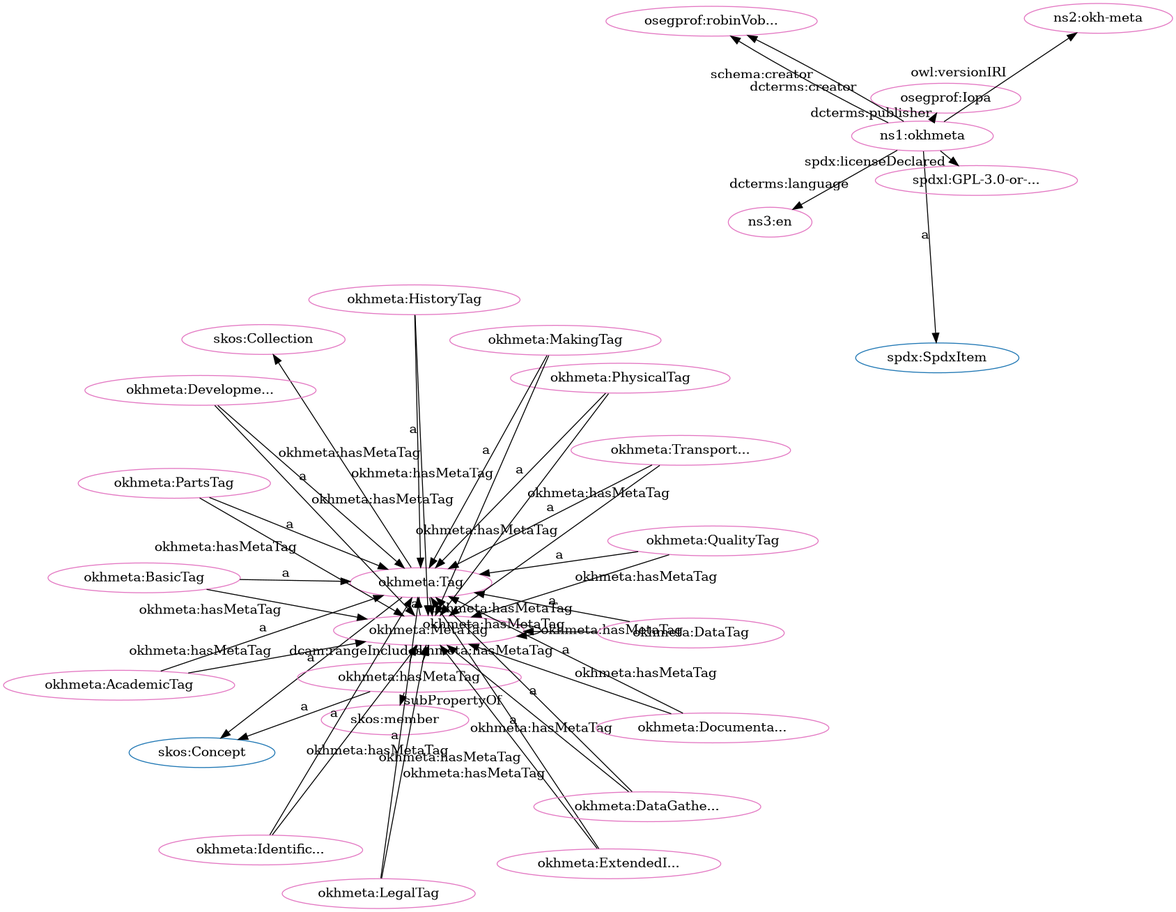
iop-alliance/OpenKnowHow keeps this Graphviz diagram as src/spec/dot_okh-meta-clean.png. Above is the earlier version. Its source is kept beside it as src/spec/dot_okh-meta-clean.dot.
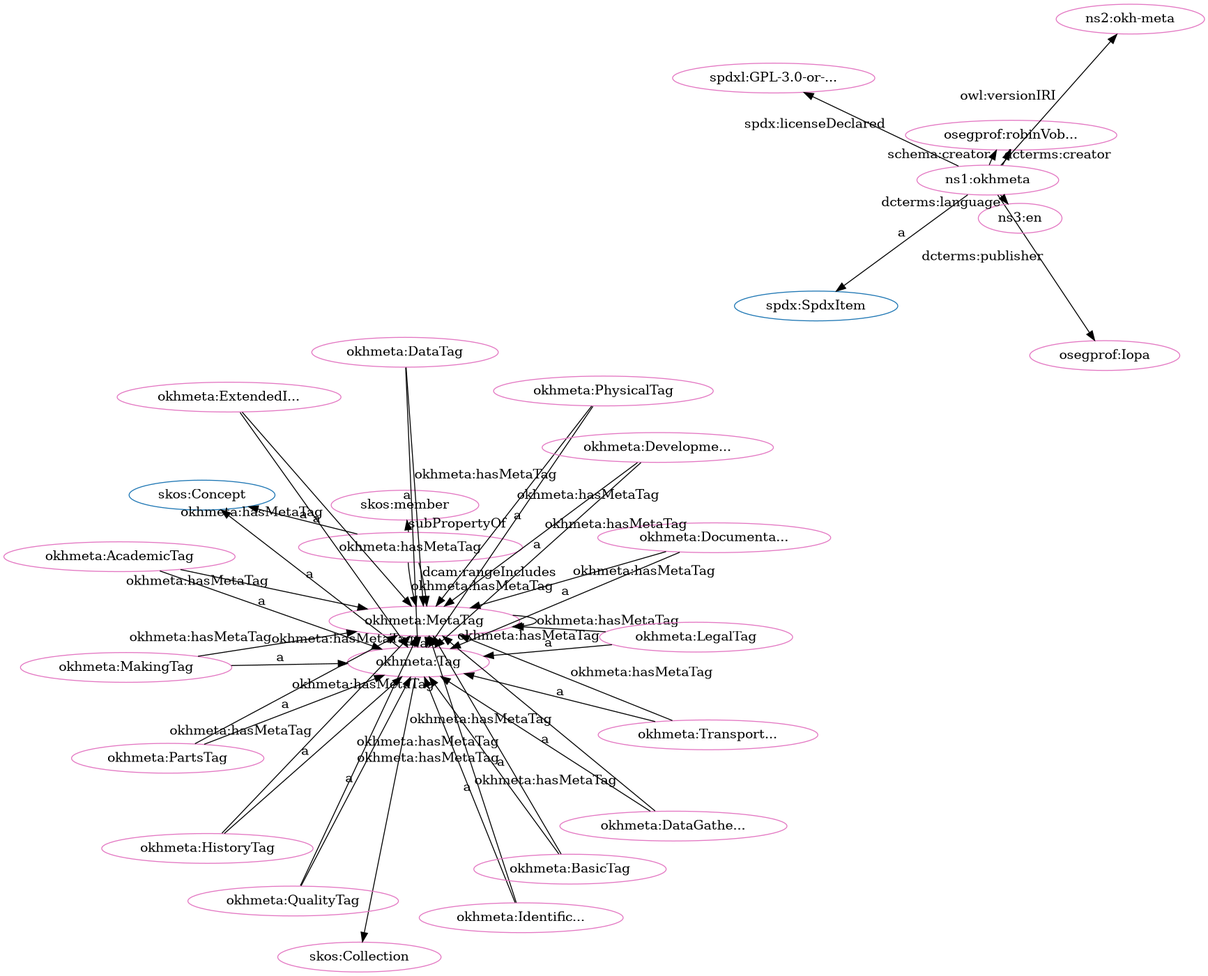
After the change.

Diff of the diagram source:
```diff
@@ -1,80 +1,80 @@
 digraph G {
   rankdir=BT
   node[height=.3]
+"http://www.w3.org/2004/02/skos/core#Concept" [fillcolor="#1f77b4" color="#1f77b4" label="skos:Concept"]
+"http://w3id.org/oseg/ont/okhmeta#Tag" [fillcolor="#1f77b4" color="#1f77b4" label="okhmeta:Tag"]
 "http://www.w3.org/2004/02/skos/core#Collection" [fillcolor="#1f77b4" color="#1f77b4" label="skos:Collection"]
-"http://w3id.org/oseg/ont/okhmeta#Tag" [fillcolor="#1f77b4" color="#1f77b4" label="okhmeta:Tag"]
-"http://www.w3.org/2004/02/skos/core#Concept" [fillcolor="#1f77b4" color="#1f77b4" label="skos:Concept"]
 "http://spdx.org/rdf/terms#SpdxItem" [fillcolor="#1f77b4" color="#1f77b4" label="spdx:SpdxItem"]
 "http://w3id.org/oseg/ont/okhmeta" [fillcolor="#e377c2" color="#e377c2" label="ns1:okhmeta"]
 "http://w3id.org/oseg/ont/okhmeta#MetaTag" [fillcolor="#e377c2" color="#e377c2" label="okhmeta:MetaTag"]
+"http://w3id.org/oseg/ont/oseg-profiles#Iopa" [fillcolor="#e377c2" color="#e377c2" label="osegprof:Iopa"]
+"http://w3id.org/oseg/ont/oseg-profiles#robinVobruba" [fillcolor="#e377c2" color="#e377c2" label="osegprof:robinVob..."]
+"http://w3id.org/oseg/ont/okhmeta#hasMetaTag" [fillcolor="#e377c2" color="#e377c2" label="okhmeta:hasMetaTag"]
+"http://w3id.org/oseg/ont/okhmeta#ExtendedInfoTag" [fillcolor="#e377c2" color="#e377c2" label="okhmeta:ExtendedI..."]
+"http://w3id.org/oseg/ont/okhmeta#HistoryTag" [fillcolor="#e377c2" color="#e377c2" label="okhmeta:HistoryTag"]
+"http://w3id.org/oseg/ont/okhmeta#DocumentationTag" [fillcolor="#e377c2" color="#e377c2" label="okhmeta:Documenta..."]
+"http://w3id.org/oseg/ont/okhmeta#QualityTag" [fillcolor="#e377c2" color="#e377c2" label="okhmeta:QualityTag"]
+"http://w3id.org/oseg/ont/okhmeta#IdentificationTag" [fillcolor="#e377c2" color="#e377c2" label="okhmeta:Identific..."]
+"http://w3id.org/oseg/ont/okhmeta#TransportationTag" [fillcolor="#e377c2" color="#e377c2" label="okhmeta:Transport..."]
+"http://www.w3.org/2004/02/skos/core#Collection" [fillcolor="#e377c2" color="#e377c2" label="skos:Collection"]
+"http://w3id.org/oseg/ont/okhmeta#PhysicalTag" [fillcolor="#e377c2" color="#e377c2" label="okhmeta:PhysicalTag"]
+"http://w3id.org/oseg/ont/okhmeta#LegalTag" [fillcolor="#e377c2" color="#e377c2" label="okhmeta:LegalTag"]
+"http://w3id.org/oseg/ont/okhmeta#DataGatheringTag" [fillcolor="#e377c2" color="#e377c2" label="okhmeta:DataGathe..."]
+"http://w3id.org/oseg/ont/1.1.0/okh-meta" [fillcolor="#e377c2" color="#e377c2" label="ns2:okh-meta"]
+"http://w3id.org/oseg/ont/okhmeta#AcademicTag" [fillcolor="#e377c2" color="#e377c2" label="okhmeta:AcademicTag"]
+"http://w3id.org/oseg/ont/okhmeta#Tag" [fillcolor="#e377c2" color="#e377c2" label="okhmeta:Tag"]
+"http://www.w3.org/2004/02/skos/core#member" [fillcolor="#e377c2" color="#e377c2" label="skos:member"]
+"http://spdx.org/licenses/GPL-3.0-or-later" [fillcolor="#e377c2" color="#e377c2" label="spdxl:GPL-3.0-or-..."]
+"http://id.loc.gov/vocabulary/iso639-1/en" [fillcolor="#e377c2" color="#e377c2" label="ns3:en"]
+"http://w3id.org/oseg/ont/okhmeta#BasicTag" [fillcolor="#e377c2" color="#e377c2" label="okhmeta:BasicTag"]
+"http://w3id.org/oseg/ont/okhmeta#DevelopmentTag" [fillcolor="#e377c2" color="#e377c2" label="okhmeta:Developme..."]
+"http://w3id.org/oseg/ont/okhmeta#MakingTag" [fillcolor="#e377c2" color="#e377c2" label="okhmeta:MakingTag"]
+"http://w3id.org/oseg/ont/okhmeta#DataTag" [fillcolor="#e377c2" color="#e377c2" label="okhmeta:DataTag"]
 "http://w3id.org/oseg/ont/okhmeta#PartsTag" [fillcolor="#e377c2" color="#e377c2" label="okhmeta:PartsTag"]
-"http://www.w3.org/2004/02/skos/core#member" [fillcolor="#e377c2" color="#e377c2" label="skos:member"]
-"http://w3id.org/oseg/ont/okhmeta#AcademicTag" [fillcolor="#e377c2" color="#e377c2" label="okhmeta:AcademicTag"]
-"http://www.w3.org/2004/02/skos/core#Collection" [fillcolor="#e377c2" color="#e377c2" label="skos:Collection"]
-"http://w3id.org/oseg/ont/okhmeta#hasMetaTag" [fillcolor="#e377c2" color="#e377c2" label="okhmeta:hasMetaTag"]
-"http://spdx.org/licenses/GPL-3.0-or-later" [fillcolor="#e377c2" color="#e377c2" label="spdxl:GPL-3.0-or-..."]
-"http://w3id.org/oseg/ont/okhmeta#ExtendedInfoTag" [fillcolor="#e377c2" color="#e377c2" label="okhmeta:ExtendedI..."]
-"http://w3id.org/oseg/ont/okhmeta#DataGatheringTag" [fillcolor="#e377c2" color="#e377c2" label="okhmeta:DataGathe..."]
-"http://w3id.org/oseg/ont/okhmeta#IdentificationTag" [fillcolor="#e377c2" color="#e377c2" label="okhmeta:Identific..."]
-"http://w3id.org/oseg/ont/okhmeta#DevelopmentTag" [fillcolor="#e377c2" color="#e377c2" label="okhmeta:Developme..."]
-"http://w3id.org/oseg/ont/oseg-profiles#Iopa" [fillcolor="#e377c2" color="#e377c2" label="osegprof:Iopa"]
-"http://w3id.org/oseg/ont/okhmeta#DataTag" [fillcolor="#e377c2" color="#e377c2" label="okhmeta:DataTag"]
-"http://w3id.org/oseg/ont/okhmeta#QualityTag" [fillcolor="#e377c2" color="#e377c2" label="okhmeta:QualityTag"]
-"http://w3id.org/oseg/ont/1.1.0/okh-meta" [fillcolor="#e377c2" color="#e377c2" label="ns2:okh-meta"]
-"http://w3id.org/oseg/ont/oseg-profiles#robinVobruba" [fillcolor="#e377c2" color="#e377c2" label="osegprof:robinVob..."]
-"http://w3id.org/oseg/ont/okhmeta#Tag" [fillcolor="#e377c2" color="#e377c2" label="okhmeta:Tag"]
-"http://w3id.org/oseg/ont/okhmeta#PhysicalTag" [fillcolor="#e377c2" color="#e377c2" label="okhmeta:PhysicalTag"]
-"http://w3id.org/oseg/ont/okhmeta#MakingTag" [fillcolor="#e377c2" color="#e377c2" label="okhmeta:MakingTag"]
-"http://w3id.org/oseg/ont/okhmeta#DocumentationTag" [fillcolor="#e377c2" color="#e377c2" label="okhmeta:Documenta..."]
-"http://w3id.org/oseg/ont/okhmeta#HistoryTag" [fillcolor="#e377c2" color="#e377c2" label="okhmeta:HistoryTag"]
-"http://w3id.org/oseg/ont/okhmeta#LegalTag" [fillcolor="#e377c2" color="#e377c2" label="okhmeta:LegalTag"]
-"http://w3id.org/oseg/ont/okhmeta#TransportationTag" [fillcolor="#e377c2" color="#e377c2" label="okhmeta:Transport..."]
-"http://w3id.org/oseg/ont/okhmeta#BasicTag" [fillcolor="#e377c2" color="#e377c2" label="okhmeta:BasicTag"]
-"http://id.loc.gov/vocabulary/iso639-1/en" [fillcolor="#e377c2" color="#e377c2" label="ns3:en"]
-  "http://w3id.org/oseg/ont/okhmeta#HistoryTag" -> "http://w3id.org/oseg/ont/okhmeta#MetaTag" [label="okhmeta:hasMetaTag"]
+  "http://w3id.org/oseg/ont/okhmeta#Tag" -> "http://w3id.org/oseg/ont/okhmeta#MetaTag" [label="okhmeta:hasMetaTag"]
+  "http://w3id.org/oseg/ont/okhmeta" -> "http://w3id.org/oseg/ont/oseg-profiles#robinVobruba" [label="schema:creator"]
+  "http://w3id.org/oseg/ont/okhmeta#HistoryTag" -> "http://w3id.org/oseg/ont/okhmeta#Tag" [label="a"]
+  "http://w3id.org/oseg/ont/okhmeta#MetaTag" -> "http://w3id.org/oseg/ont/okhmeta#MetaTag" [label="okhmeta:hasMetaTag"]
+  "http://w3id.org/oseg/ont/okhmeta#hasMetaTag" -> "http://www.w3.org/2004/02/skos/core#Concept" [label="a"]
+  "http://w3id.org/oseg/ont/okhmeta#QualityTag" -> "http://w3id.org/oseg/ont/okhmeta#Tag" [label="a"]
+  "http://w3id.org/oseg/ont/okhmeta#hasMetaTag" -> "http://w3id.org/oseg/ont/okhmeta#MetaTag" [label="dcam:rangeIncludes"]
   "http://w3id.org/oseg/ont/okhmeta#Tag" -> "http://www.w3.org/2004/02/skos/core#Collection" [label=""]
+  "http://w3id.org/oseg/ont/okhmeta#LegalTag" -> "http://w3id.org/oseg/ont/okhmeta#Tag" [label="a"]
+  "http://w3id.org/oseg/ont/okhmeta" -> "http://w3id.org/oseg/ont/1.1.0/okh-meta" [label="owl:versionIRI"]
+  "http://w3id.org/oseg/ont/okhmeta#DevelopmentTag" -> "http://w3id.org/oseg/ont/okhmeta#MetaTag" [label="okhmeta:hasMetaTag"]
+  "http://w3id.org/oseg/ont/okhmeta#AcademicTag" -> "http://w3id.org/oseg/ont/okhmeta#Tag" [label="a"]
+  "http://w3id.org/oseg/ont/okhmeta#Tag" -> "http://www.w3.org/2004/02/skos/core#Concept" [label="a"]
+  "http://w3id.org/oseg/ont/okhmeta#MetaTag" -> "http://w3id.org/oseg/ont/okhmeta#Tag" [label="a"]
+  "http://w3id.org/oseg/ont/okhmeta#DataGatheringTag" -> "http://w3id.org/oseg/ont/okhmeta#MetaTag" [label="okhmeta:hasMetaTag"]
   "http://w3id.org/oseg/ont/okhmeta" -> "http://spdx.org/licenses/GPL-3.0-or-later" [label="spdx:licenseDeclared"]
-  "http://w3id.org/oseg/ont/okhmeta#ExtendedInfoTag" -> "http://w3id.org/oseg/ont/okhmeta#Tag" [label="a"]
-  "http://w3id.org/oseg/ont/okhmeta#DevelopmentTag" -> "http://w3id.org/oseg/ont/okhmeta#Tag" [label="a"]
-  "http://w3id.org/oseg/ont/okhmeta#DataTag" -> "http://w3id.org/oseg/ont/okhmeta#Tag" [label="a"]
-  "http://w3id.org/oseg/ont/okhmeta#MetaTag" -> "http://w3id.org/oseg/ont/okhmeta#Tag" [label="a"]
-  "http://w3id.org/oseg/ont/okhmeta" -> "http://w3id.org/oseg/ont/oseg-profiles#robinVobruba" [label="schema:creator"]
-  "http://w3id.org/oseg/ont/okhmeta#hasMetaTag" -> "http://w3id.org/oseg/ont/okhmeta#MetaTag" [label="okhmeta:hasMetaTag"]
-  "http://w3id.org/oseg/ont/okhmeta" -> "http://spdx.org/rdf/terms#SpdxItem" [label="a"]
+  "http://w3id.org/oseg/ont/okhmeta#ExtendedInfoTag" -> "http://w3id.org/oseg/ont/okhmeta#MetaTag" [label="okhmeta:hasMetaTag"]
+  "http://w3id.org/oseg/ont/okhmeta#DocumentationTag" -> "http://w3id.org/oseg/ont/okhmeta#MetaTag" [label="okhmeta:hasMetaTag"]
   "http://w3id.org/oseg/ont/okhmeta" -> "http://w3id.org/oseg/ont/oseg-profiles#robinVobruba" [label="dcterms:creator"]
-  "http://w3id.org/oseg/ont/okhmeta#MetaTag" -> "http://w3id.org/oseg/ont/okhmeta#MetaTag" [label="okhmeta:hasMetaTag"]
-  "http://w3id.org/oseg/ont/okhmeta#TransportationTag" -> "http://w3id.org/oseg/ont/okhmeta#MetaTag" [label="okhmeta:hasMetaTag"]
-  "http://w3id.org/oseg/ont/okhmeta#BasicTag" -> "http://w3id.org/oseg/ont/okhmeta#MetaTag" [label="okhmeta:hasMetaTag"]
-  "http://w3id.org/oseg/ont/okhmeta#Tag" -> "http://w3id.org/oseg/ont/okhmeta#MetaTag" [label="okhmeta:hasMetaTag"]
   "http://w3id.org/oseg/ont/okhmeta#IdentificationTag" -> "http://w3id.org/oseg/ont/okhmeta#MetaTag" [label="okhmeta:hasMetaTag"]
-  "http://w3id.org/oseg/ont/okhmeta#HistoryTag" -> "http://w3id.org/oseg/ont/okhmeta#Tag" [label="a"]
-  "http://w3id.org/oseg/ont/okhmeta#LegalTag" -> "http://w3id.org/oseg/ont/okhmeta#Tag" [label="a"]
-  "http://w3id.org/oseg/ont/okhmeta#TransportationTag" -> "http://w3id.org/oseg/ont/okhmeta#Tag" [label="a"]
-  "http://w3id.org/oseg/ont/okhmeta#BasicTag" -> "http://w3id.org/oseg/ont/okhmeta#Tag" [label="a"]
-  "http://w3id.org/oseg/ont/okhmeta" -> "http://id.loc.gov/vocabulary/iso639-1/en" [label="dcterms:language"]
-  "http://w3id.org/oseg/ont/okhmeta#QualityTag" -> "http://w3id.org/oseg/ont/okhmeta#MetaTag" [label="okhmeta:hasMetaTag"]
-  "http://w3id.org/oseg/ont/okhmeta#hasMetaTag" -> "http://w3id.org/oseg/ont/okhmeta#MetaTag" [label="dcam:rangeIncludes"]
-  "http://w3id.org/oseg/ont/okhmeta#PartsTag" -> "http://w3id.org/oseg/ont/okhmeta#Tag" [label="a"]
-  "http://w3id.org/oseg/ont/okhmeta#hasMetaTag" -> "http://www.w3.org/2004/02/skos/core#member" [label="subPropertyOf"]
-  "http://w3id.org/oseg/ont/okhmeta#AcademicTag" -> "http://w3id.org/oseg/ont/okhmeta#Tag" [label="a"]
-  "http://w3id.org/oseg/ont/okhmeta#hasMetaTag" -> "http://www.w3.org/2004/02/skos/core#Concept" [label="a"]
-  "http://w3id.org/oseg/ont/okhmeta#PartsTag" -> "http://w3id.org/oseg/ont/okhmeta#MetaTag" [label="okhmeta:hasMetaTag"]
-  "http://w3id.org/oseg/ont/okhmeta#AcademicTag" -> "http://w3id.org/oseg/ont/okhmeta#MetaTag" [label="okhmeta:hasMetaTag"]
-  "http://w3id.org/oseg/ont/okhmeta#DataGatheringTag" -> "http://w3id.org/oseg/ont/okhmeta#Tag" [label="a"]
-  "http://w3id.org/oseg/ont/okhmeta#IdentificationTag" -> "http://w3id.org/oseg/ont/okhmeta#Tag" [label="a"]
   "http://w3id.org/oseg/ont/okhmeta#PhysicalTag" -> "http://w3id.org/oseg/ont/okhmeta#MetaTag" [label="okhmeta:hasMetaTag"]
   "http://w3id.org/oseg/ont/okhmeta" -> "http://w3id.org/oseg/ont/oseg-profiles#Iopa" [label="dcterms:publisher"]
+  "http://w3id.org/oseg/ont/okhmeta#LegalTag" -> "http://w3id.org/oseg/ont/okhmeta#MetaTag" [label="okhmeta:hasMetaTag"]
+  "http://w3id.org/oseg/ont/okhmeta#ExtendedInfoTag" -> "http://w3id.org/oseg/ont/okhmeta#Tag" [label="a"]
+  "http://w3id.org/oseg/ont/okhmeta#AcademicTag" -> "http://w3id.org/oseg/ont/okhmeta#MetaTag" [label="okhmeta:hasMetaTag"]
+  "http://w3id.org/oseg/ont/okhmeta#DocumentationTag" -> "http://w3id.org/oseg/ont/okhmeta#Tag" [label="a"]
+  "http://w3id.org/oseg/ont/okhmeta#IdentificationTag" -> "http://w3id.org/oseg/ont/okhmeta#Tag" [label="a"]
+  "http://w3id.org/oseg/ont/okhmeta#TransportationTag" -> "http://w3id.org/oseg/ont/okhmeta#Tag" [label="a"]
+  "http://w3id.org/oseg/ont/okhmeta#BasicTag" -> "http://w3id.org/oseg/ont/okhmeta#MetaTag" [label="okhmeta:hasMetaTag"]
   "http://w3id.org/oseg/ont/okhmeta#MakingTag" -> "http://w3id.org/oseg/ont/okhmeta#MetaTag" [label="okhmeta:hasMetaTag"]
-  "http://w3id.org/oseg/ont/okhmeta#DataGatheringTag" -> "http://w3id.org/oseg/ont/okhmeta#MetaTag" [label="okhmeta:hasMetaTag"]
-  "http://w3id.org/oseg/ont/okhmeta#QualityTag" -> "http://w3id.org/oseg/ont/okhmeta#Tag" [label="a"]
-  "http://w3id.org/oseg/ont/okhmeta" -> "http://w3id.org/oseg/ont/1.1.0/okh-meta" [label="owl:versionIRI"]
-  "http://w3id.org/oseg/ont/okhmeta#Tag" -> "http://www.w3.org/2004/02/skos/core#Concept" [label="a"]
   "http://w3id.org/oseg/ont/okhmeta#PhysicalTag" -> "http://w3id.org/oseg/ont/okhmeta#Tag" [label="a"]
+  "http://w3id.org/oseg/ont/okhmeta#DataGatheringTag" -> "http://w3id.org/oseg/ont/okhmeta#Tag" [label="a"]
+  "http://w3id.org/oseg/ont/okhmeta#PartsTag" -> "http://w3id.org/oseg/ont/okhmeta#MetaTag" [label="okhmeta:hasMetaTag"]
+  "http://w3id.org/oseg/ont/okhmeta#DataTag" -> "http://w3id.org/oseg/ont/okhmeta#MetaTag" [label="okhmeta:hasMetaTag"]
+  "http://w3id.org/oseg/ont/okhmeta#hasMetaTag" -> "http://www.w3.org/2004/02/skos/core#member" [label="subPropertyOf"]
+  "http://w3id.org/oseg/ont/okhmeta#TransportationTag" -> "http://w3id.org/oseg/ont/okhmeta#MetaTag" [label="okhmeta:hasMetaTag"]
+  "http://w3id.org/oseg/ont/okhmeta" -> "http://spdx.org/rdf/terms#SpdxItem" [label="a"]
+  "http://w3id.org/oseg/ont/okhmeta" -> "http://id.loc.gov/vocabulary/iso639-1/en" [label="dcterms:language"]
+  "http://w3id.org/oseg/ont/okhmeta#BasicTag" -> "http://w3id.org/oseg/ont/okhmeta#Tag" [label="a"]
+  "http://w3id.org/oseg/ont/okhmeta#hasMetaTag" -> "http://w3id.org/oseg/ont/okhmeta#MetaTag" [label="okhmeta:hasMetaTag"]
+  "http://w3id.org/oseg/ont/okhmeta#DevelopmentTag" -> "http://w3id.org/oseg/ont/okhmeta#Tag" [label="a"]
   "http://w3id.org/oseg/ont/okhmeta#MakingTag" -> "http://w3id.org/oseg/ont/okhmeta#Tag" [label="a"]
-  "http://w3id.org/oseg/ont/okhmeta#DocumentationTag" -> "http://w3id.org/oseg/ont/okhmeta#Tag" [label="a"]
-  "http://w3id.org/oseg/ont/okhmeta#ExtendedInfoTag" -> "http://w3id.org/oseg/ont/okhmeta#MetaTag" [label="okhmeta:hasMetaTag"]
-  "http://w3id.org/oseg/ont/okhmeta#DevelopmentTag" -> "http://w3id.org/oseg/ont/okhmeta#MetaTag" [label="okhmeta:hasMetaTag"]
-  "http://w3id.org/oseg/ont/okhmeta#DocumentationTag" -> "http://w3id.org/oseg/ont/okhmeta#MetaTag" [label="okhmeta:hasMetaTag"]
-  "http://w3id.org/oseg/ont/okhmeta#LegalTag" -> "http://w3id.org/oseg/ont/okhmeta#MetaTag" [label="okhmeta:hasMetaTag"]
-  "http://w3id.org/oseg/ont/okhmeta#DataTag" -> "http://w3id.org/oseg/ont/okhmeta#MetaTag" [label="okhmeta:hasMetaTag"]
+  "http://w3id.org/oseg/ont/okhmeta#HistoryTag" -> "http://w3id.org/oseg/ont/okhmeta#MetaTag" [label="okhmeta:hasMetaTag"]
+  "http://w3id.org/oseg/ont/okhmeta#DataTag" -> "http://w3id.org/oseg/ont/okhmeta#Tag" [label="a"]
+  "http://w3id.org/oseg/ont/okhmeta#QualityTag" -> "http://w3id.org/oseg/ont/okhmeta#MetaTag" [label="okhmeta:hasMetaTag"]
+  "http://w3id.org/oseg/ont/okhmeta#PartsTag" -> "http://w3id.org/oseg/ont/okhmeta#Tag" [label="a"]
 }
```
